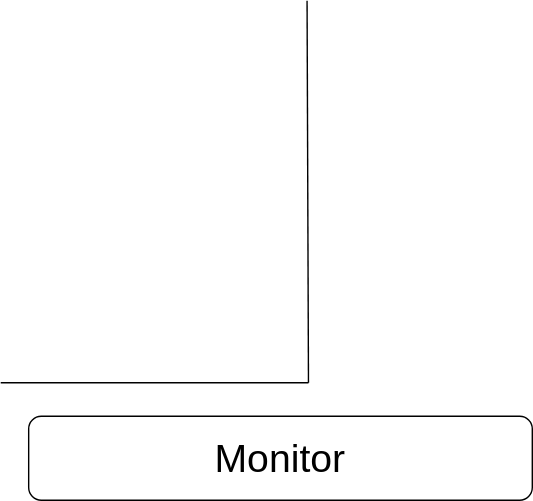
Above: TrustZone_soft.drawio.svg in EdisonE3/vue_learn (draw.io), before the change. Source tidied: cells renumbered, new cells last; positions are measured from the earlier drawing's top-left corner, leaving out a move shared by most shapes. Source of this version:
```xml
<mxGraphModel>
  <root>
    <mxCell id="0" />
    <mxCell id="1" parent="0" />
    <mxCell id="2" style="endArrow=none;html=1;rounded=0;" parent="1" edge="1">
      <mxGeometry relative="1" as="geometry">
        <mxPoint x="220" y="273" as="sourcePoint" />
        <mxPoint x="219" as="targetPoint" />
      </mxGeometry>
    </mxCell>
    <mxCell id="3" style="endArrow=none;html=1;rounded=0;" parent="1" edge="1">
      <mxGeometry relative="1" as="geometry">
        <mxPoint x="220" y="273" as="sourcePoint" />
        <mxPoint y="273" as="targetPoint" />
      </mxGeometry>
    </mxCell>
    <mxCell id="4" value="&lt;font style=&quot;font-size: 28px;&quot;&gt;Monitor&lt;/font&gt;" style="rounded=1;whiteSpace=wrap;html=1;" parent="1" vertex="1">
      <mxGeometry x="20" y="297" width="360" height="60" as="geometry" />
    </mxCell>
  </root>
</mxGraphModel>
```
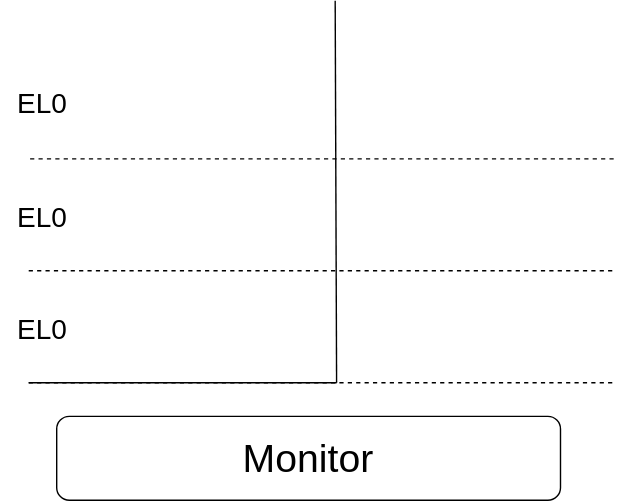
The same file after the commit.

The edit, as a diff of the source:
```diff
@@ -17,5 +17,32 @@
     <mxCell id="4" value="&lt;font style=&quot;font-size: 28px;&quot;&gt;Monitor&lt;/font&gt;" style="rounded=1;whiteSpace=wrap;html=1;" parent="1" vertex="1">
       <mxGeometry x="20" y="297" width="360" height="60" as="geometry" />
     </mxCell>
+    <mxCell id="5" style="endArrow=none;dashed=1;html=1;rounded=0;fontSize=28;" parent="1" edge="1">
+      <mxGeometry relative="1" as="geometry">
+        <mxPoint y="273" as="sourcePoint" />
+        <mxPoint x="420" y="273" as="targetPoint" />
+      </mxGeometry>
+    </mxCell>
+    <mxCell id="6" style="endArrow=none;dashed=1;html=1;rounded=0;fontSize=28;" parent="1" edge="1">
+      <mxGeometry relative="1" as="geometry">
+        <mxPoint y="193" as="sourcePoint" />
+        <mxPoint x="420" y="193" as="targetPoint" />
+      </mxGeometry>
+    </mxCell>
+    <mxCell id="7" style="endArrow=none;dashed=1;html=1;rounded=0;fontSize=28;" parent="1" edge="1">
+      <mxGeometry relative="1" as="geometry">
+        <mxPoint x="1" y="113" as="sourcePoint" />
+        <mxPoint x="421" y="113" as="targetPoint" />
+      </mxGeometry>
+    </mxCell>
+    <mxCell id="8" value="EL0" style="text;html=1;strokeColor=none;fillColor=none;align=center;verticalAlign=middle;whiteSpace=wrap;rounded=0;fontSize=20;" parent="1" vertex="1">
+      <mxGeometry x="-20" y="58" width="60" height="30" as="geometry" />
+    </mxCell>
+    <mxCell id="9" value="EL0" style="text;html=1;strokeColor=none;fillColor=none;align=center;verticalAlign=middle;whiteSpace=wrap;rounded=0;fontSize=20;" parent="1" vertex="1">
+      <mxGeometry x="-20" y="139" width="60" height="30" as="geometry" />
+    </mxCell>
+    <mxCell id="10" value="EL0" style="text;html=1;strokeColor=none;fillColor=none;align=center;verticalAlign=middle;whiteSpace=wrap;rounded=0;fontSize=20;" parent="1" vertex="1">
+      <mxGeometry x="-20" y="219" width="60" height="30" as="geometry" />
+    </mxCell>
   </root>
 </mxGraphModel>
```
